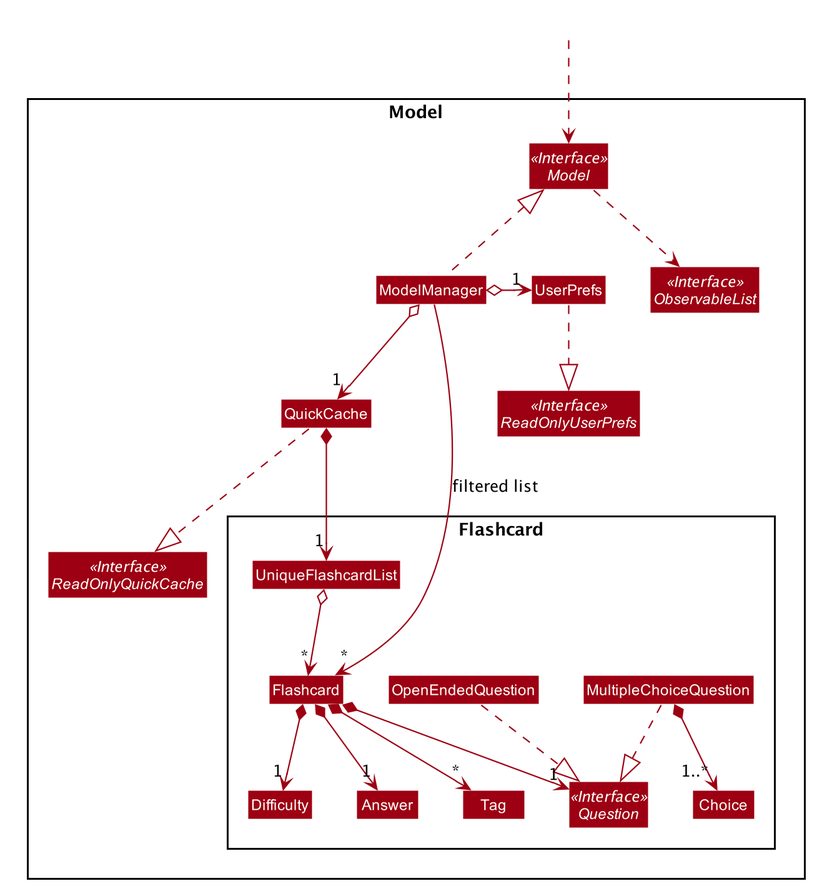
Before: docs/images/ModelClassDiagram.png, a diagram exported from PlantUML (nus-cs2103-AY2021S1/tp).
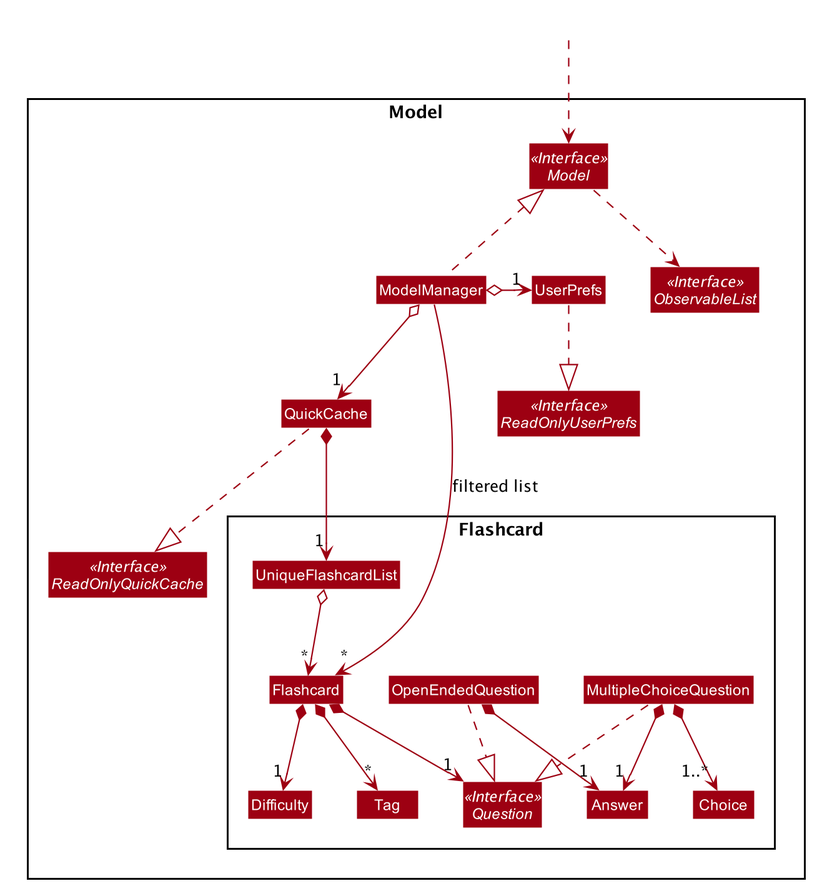
Above is the later version.

What changed in the source:
```diff
@@ -78,9 +78,10 @@
 MultipleChoiceQuestion -[dashed]-|> Question
 OpenEndedQuestion -[dashed]-|> Question
 MultipleChoiceQuestion *--> "1..*" Choice
+MultipleChoiceQuestion *--> "1" Answer
+OpenEndedQuestion *--> "1" Answer
 
 Flashcard *--> "1" Question
-Flashcard *--> "1" Answer
 Flashcard *--> "*" Tag
 Flashcard *--> "1" Difficulty
 
```
